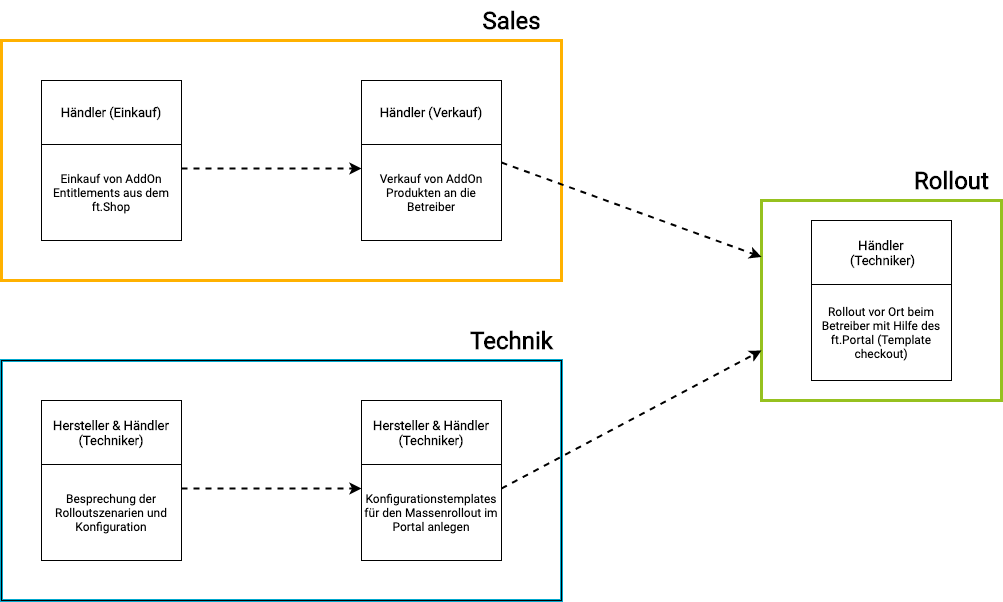
This is posdealers/presentations/sales/media/rollout-vorbereitung.png from fiskaltrust/getting-started, a draw.io export, as it was before one commit. Source tidied: cells renumbered, new cells last; positions are measured from the earlier drawing's top-left corner, leaving out a move shared by most shapes. Source of this version:
```xml
<mxGraphModel>
  <root>
    <mxCell id="0" />
    <mxCell id="1" parent="0" />
    <mxCell id="2" style="rounded=0;whiteSpace=wrap;html=1;fillColor=none;strokeWidth=3;strokeColor=#ffb100;" parent="1" vertex="1">
      <mxGeometry y="40" width="560" height="240" as="geometry" />
    </mxCell>
    <mxCell id="3" style="group;strokeWidth=3;strokeColor=#00a8ce;" parent="1" vertex="1">
      <mxGeometry y="360" width="560" height="240" as="geometry" />
    </mxCell>
    <mxCell id="4" style="rounded=0;whiteSpace=wrap;html=1;fillColor=none;" parent="3" vertex="1">
      <mxGeometry width="560" height="240" as="geometry" />
    </mxCell>
    <mxCell id="5" style="group;" parent="3" vertex="1">
      <mxGeometry x="40" y="40" width="140" height="160" as="geometry" />
    </mxCell>
    <mxCell id="6" value="&lt;span style=&quot;font-family: &amp;#34;roboto&amp;#34;&quot;&gt;Besprechung der Rolloutszenarien und Konfiguration&lt;/span&gt;" style="rounded=0;whiteSpace=wrap;html=1;" parent="5" vertex="1">
      <mxGeometry y="64" width="140" height="96" as="geometry" />
    </mxCell>
    <mxCell id="7" value="&lt;font face=&quot;Roboto&quot; style=&quot;font-size: 13px&quot;&gt;&lt;b&gt;Hersteller &amp;amp; Händler (Techniker)&lt;/b&gt;&lt;/font&gt;" style="rounded=0;whiteSpace=wrap;html=1;" parent="5" vertex="1">
      <mxGeometry width="140" height="64" as="geometry" />
    </mxCell>
    <mxCell id="8" style="group;" parent="3" vertex="1">
      <mxGeometry x="360" y="40" width="140" height="160" as="geometry" />
    </mxCell>
    <mxCell id="9" value="&lt;span style=&quot;font-family: &amp;#34;roboto&amp;#34;&quot;&gt;Konfigurationstemplates für den Massenrollout im Portal anlegen&lt;/span&gt;" style="rounded=0;whiteSpace=wrap;html=1;" parent="8" vertex="1">
      <mxGeometry y="64" width="140" height="96" as="geometry" />
    </mxCell>
    <mxCell id="10" value="&lt;b style=&quot;font-family: &amp;#34;roboto&amp;#34; ; font-size: 13px&quot;&gt;Hersteller &amp;amp; Händler (Techniker)&lt;/b&gt;" style="rounded=0;whiteSpace=wrap;html=1;" parent="8" vertex="1">
      <mxGeometry width="140" height="64" as="geometry" />
    </mxCell>
    <mxCell id="11" style="endArrow=classic;html=1;exitX=1;exitY=0.25;exitDx=0;exitDy=0;strokeWidth=2;dashed=1;entryX=0;entryY=0.25;entryDx=0;entryDy=0;" parent="3" edge="1" source="6" target="9">
      <mxGeometry relative="1" as="geometry" />
    </mxCell>
    <mxCell id="12" value="&lt;font face=&quot;Roboto&quot;&gt;Sales&lt;/font&gt;" style="text;strokeColor=none;fillColor=none;html=1;fontSize=24;fontStyle=1;verticalAlign=middle;align=center;" parent="1" vertex="1">
      <mxGeometry x="460" width="100" height="40" as="geometry" />
    </mxCell>
    <mxCell id="13" value="&lt;font face=&quot;Roboto&quot;&gt;Technik&lt;/font&gt;" style="text;strokeColor=none;fillColor=none;html=1;fontSize=24;fontStyle=1;verticalAlign=middle;align=center;" parent="1" vertex="1">
      <mxGeometry x="460" y="320" width="100" height="40" as="geometry" />
    </mxCell>
    <mxCell id="14" style="rounded=0;whiteSpace=wrap;html=1;fillColor=none;strokeWidth=3;strokeColor=#96c11f;" parent="1" vertex="1">
      <mxGeometry x="760" y="200" width="240" height="200" as="geometry" />
    </mxCell>
    <mxCell id="15" value="&lt;span style=&quot;font-family: &amp;#34;roboto&amp;#34;&quot;&gt;Rollout vor Ort beim Betreiber mit Hilfe des ft.Portal (Template checkout)&lt;/span&gt;" style="rounded=0;whiteSpace=wrap;html=1;" parent="1" vertex="1">
      <mxGeometry x="810" y="284" width="140" height="96" as="geometry" />
    </mxCell>
    <mxCell id="16" value="&lt;b style=&quot;font-family: &amp;#34;roboto&amp;#34; ; font-size: 13px&quot;&gt;Händler&lt;br&gt;&amp;nbsp;(Techniker)&lt;/b&gt;" style="rounded=0;whiteSpace=wrap;html=1;" parent="1" vertex="1">
      <mxGeometry x="810" y="220" width="140" height="64" as="geometry" />
    </mxCell>
    <mxCell id="17" value="&lt;font face=&quot;Roboto&quot;&gt;Rollout&lt;/font&gt;" style="text;strokeColor=none;fillColor=none;html=1;fontSize=24;fontStyle=1;verticalAlign=middle;align=center;" parent="1" vertex="1">
      <mxGeometry x="900" y="160" width="100" height="40" as="geometry" />
    </mxCell>
    <mxCell id="18" style="endArrow=classic;html=1;exitX=1;exitY=0.188;exitDx=0;exitDy=0;strokeWidth=2;dashed=1;exitPerimeter=0;" parent="1" edge="1" source="21" target="14">
      <mxGeometry relative="1" as="geometry" />
    </mxCell>
    <mxCell id="19" style="endArrow=classic;html=1;exitX=1;exitY=0.25;exitDx=0;exitDy=0;strokeWidth=2;dashed=1;entryX=0;entryY=0.75;entryDx=0;entryDy=0;" parent="1" edge="1" source="9" target="14">
      <mxGeometry relative="1" as="geometry" />
    </mxCell>
    <mxCell id="20" style="group;" parent="1" vertex="1">
      <mxGeometry x="360" y="80" width="140" height="160" as="geometry" />
    </mxCell>
    <mxCell id="21" value="&lt;span style=&quot;font-family: &amp;#34;roboto&amp;#34;&quot;&gt;Verkauf von AddOn Produkten an die Betreiber&lt;/span&gt;" style="rounded=0;whiteSpace=wrap;html=1;" parent="20" vertex="1">
      <mxGeometry y="64" width="140" height="96" as="geometry" />
    </mxCell>
    <mxCell id="22" value="&lt;font face=&quot;Roboto&quot; style=&quot;font-size: 13px&quot;&gt;&lt;b&gt;Händler (Verkauf)&lt;/b&gt;&lt;/font&gt;" style="rounded=0;whiteSpace=wrap;html=1;" parent="20" vertex="1">
      <mxGeometry width="140" height="64" as="geometry" />
    </mxCell>
    <mxCell id="23" style="endArrow=classic;html=1;strokeWidth=2;dashed=1;entryX=0;entryY=0.25;entryDx=0;entryDy=0;" parent="1" edge="1" target="21">
      <mxGeometry relative="1" as="geometry">
        <mxPoint x="180" y="168" as="sourcePoint" />
      </mxGeometry>
    </mxCell>
    <mxCell id="24" value="&lt;span style=&quot;font-family: &amp;#34;roboto&amp;#34;&quot;&gt;Einkauf von AddOn Entitlements aus dem ft.Shop&lt;/span&gt;" style="rounded=0;whiteSpace=wrap;html=1;" parent="1" vertex="1">
      <mxGeometry x="40" y="144" width="140" height="96" as="geometry" />
    </mxCell>
    <mxCell id="25" value="&lt;font face=&quot;Roboto&quot; size=&quot;1&quot;&gt;&lt;b style=&quot;font-size: 13px&quot;&gt;Händler (Einkauf)&lt;/b&gt;&lt;/font&gt;" style="rounded=0;whiteSpace=wrap;html=1;" parent="1" vertex="1">
      <mxGeometry x="40" y="80" width="140" height="64" as="geometry" />
    </mxCell>
  </root>
</mxGraphModel>
```
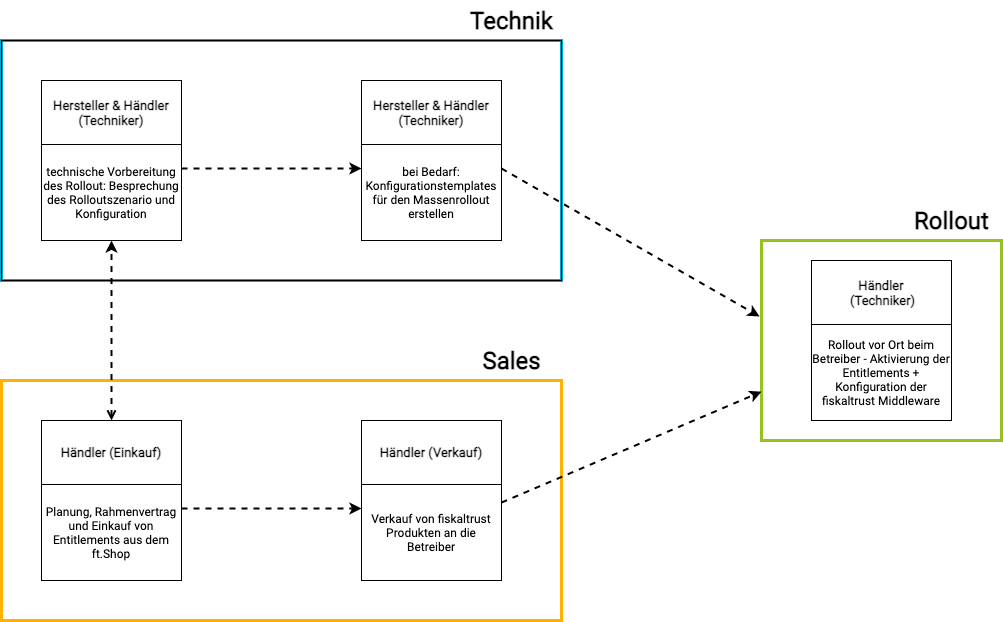
Above is the later version.

Diff of the diagram source:
```diff
@@ -3,10 +3,10 @@
     <mxCell id="0" />
     <mxCell id="1" parent="0" />
     <mxCell id="2" style="rounded=0;whiteSpace=wrap;html=1;fillColor=none;strokeWidth=3;strokeColor=#ffb100;" parent="1" vertex="1">
-      <mxGeometry y="40" width="560" height="240" as="geometry" />
+      <mxGeometry y="340" width="560" height="240" as="geometry" />
     </mxCell>
     <mxCell id="3" style="group;strokeWidth=3;strokeColor=#00a8ce;" parent="1" vertex="1">
-      <mxGeometry y="360" width="560" height="240" as="geometry" />
+      <mxGeometry width="560" height="240" as="geometry" />
     </mxCell>
     <mxCell id="4" style="rounded=0;whiteSpace=wrap;html=1;fillColor=none;" parent="3" vertex="1">
       <mxGeometry width="560" height="240" as="geometry" />
@@ -14,7 +14,7 @@
     <mxCell id="5" style="group;" parent="3" vertex="1">
       <mxGeometry x="40" y="40" width="140" height="160" as="geometry" />
     </mxCell>
-    <mxCell id="6" value="&lt;span style=&quot;font-family: &amp;#34;roboto&amp;#34;&quot;&gt;Besprechung der Rolloutszenarien und Konfiguration&lt;/span&gt;" style="rounded=0;whiteSpace=wrap;html=1;" parent="5" vertex="1">
+    <mxCell id="6" value="&lt;span style=&quot;font-family: &amp;#34;roboto&amp;#34;&quot;&gt;technische Vorbereitung des Rollout: Besprechung des Rolloutszenario und Konfiguration&lt;/span&gt;" style="rounded=0;whiteSpace=wrap;html=1;" parent="5" vertex="1">
       <mxGeometry y="64" width="140" height="96" as="geometry" />
     </mxCell>
     <mxCell id="7" value="&lt;font face=&quot;Roboto&quot; style=&quot;font-size: 13px&quot;&gt;&lt;b&gt;Hersteller &amp;amp; Händler (Techniker)&lt;/b&gt;&lt;/font&gt;" style="rounded=0;whiteSpace=wrap;html=1;" parent="5" vertex="1">
@@ -23,7 +23,7 @@
     <mxCell id="8" style="group;" parent="3" vertex="1">
       <mxGeometry x="360" y="40" width="140" height="160" as="geometry" />
     </mxCell>
-    <mxCell id="9" value="&lt;span style=&quot;font-family: &amp;#34;roboto&amp;#34;&quot;&gt;Konfigurationstemplates für den Massenrollout im Portal anlegen&lt;/span&gt;" style="rounded=0;whiteSpace=wrap;html=1;" parent="8" vertex="1">
+    <mxCell id="9" value="&lt;span style=&quot;font-family: &amp;#34;roboto&amp;#34;&quot;&gt;bei Bedarf: Konfigurationstemplates für den Massenrollout erstellen&lt;/span&gt;" style="rounded=0;whiteSpace=wrap;html=1;" parent="8" vertex="1">
       <mxGeometry y="64" width="140" height="96" as="geometry" />
     </mxCell>
     <mxCell id="10" value="&lt;b style=&quot;font-family: &amp;#34;roboto&amp;#34; ; font-size: 13px&quot;&gt;Hersteller &amp;amp; Händler (Techniker)&lt;/b&gt;" style="rounded=0;whiteSpace=wrap;html=1;" parent="8" vertex="1">
@@ -33,15 +33,15 @@
       <mxGeometry relative="1" as="geometry" />
     </mxCell>
     <mxCell id="12" value="&lt;font face=&quot;Roboto&quot;&gt;Sales&lt;/font&gt;" style="text;strokeColor=none;fillColor=none;html=1;fontSize=24;fontStyle=1;verticalAlign=middle;align=center;" parent="1" vertex="1">
-      <mxGeometry x="460" width="100" height="40" as="geometry" />
+      <mxGeometry x="460" y="300" width="100" height="40" as="geometry" />
     </mxCell>
     <mxCell id="13" value="&lt;font face=&quot;Roboto&quot;&gt;Technik&lt;/font&gt;" style="text;strokeColor=none;fillColor=none;html=1;fontSize=24;fontStyle=1;verticalAlign=middle;align=center;" parent="1" vertex="1">
-      <mxGeometry x="460" y="320" width="100" height="40" as="geometry" />
+      <mxGeometry x="460" y="-40" width="100" height="40" as="geometry" />
     </mxCell>
     <mxCell id="14" style="rounded=0;whiteSpace=wrap;html=1;fillColor=none;strokeWidth=3;strokeColor=#96c11f;" parent="1" vertex="1">
       <mxGeometry x="760" y="200" width="240" height="200" as="geometry" />
     </mxCell>
-    <mxCell id="15" value="&lt;span style=&quot;font-family: &amp;#34;roboto&amp;#34;&quot;&gt;Rollout vor Ort beim Betreiber mit Hilfe des ft.Portal (Template checkout)&lt;/span&gt;" style="rounded=0;whiteSpace=wrap;html=1;" parent="1" vertex="1">
+    <mxCell id="15" value="&lt;span style=&quot;font-family: &amp;#34;roboto&amp;#34;&quot;&gt;Rollout vor Ort beim Betreiber - Aktivierung der Entitlements + Konfiguration der fiskaltrust Middleware&lt;/span&gt;" style="rounded=0;whiteSpace=wrap;html=1;" parent="1" vertex="1">
       <mxGeometry x="810" y="284" width="140" height="96" as="geometry" />
     </mxCell>
     <mxCell id="16" value="&lt;b style=&quot;font-family: &amp;#34;roboto&amp;#34; ; font-size: 13px&quot;&gt;Händler&lt;br&gt;&amp;nbsp;(Techniker)&lt;/b&gt;" style="rounded=0;whiteSpace=wrap;html=1;" parent="1" vertex="1">
@@ -53,13 +53,13 @@
     <mxCell id="18" style="endArrow=classic;html=1;exitX=1;exitY=0.188;exitDx=0;exitDy=0;strokeWidth=2;dashed=1;exitPerimeter=0;" parent="1" edge="1" source="21" target="14">
       <mxGeometry relative="1" as="geometry" />
     </mxCell>
-    <mxCell id="19" style="endArrow=classic;html=1;exitX=1;exitY=0.25;exitDx=0;exitDy=0;strokeWidth=2;dashed=1;entryX=0;entryY=0.75;entryDx=0;entryDy=0;" parent="1" edge="1" source="9" target="14">
+    <mxCell id="19" style="endArrow=classic;html=1;exitX=1;exitY=0.25;exitDx=0;exitDy=0;strokeWidth=2;dashed=1;entryX=-0.008;entryY=0.38;entryDx=0;entryDy=0;entryPerimeter=0;" parent="1" edge="1" source="9" target="14">
       <mxGeometry relative="1" as="geometry" />
     </mxCell>
     <mxCell id="20" style="group;" parent="1" vertex="1">
-      <mxGeometry x="360" y="80" width="140" height="160" as="geometry" />
+      <mxGeometry x="360" y="380" width="140" height="160" as="geometry" />
     </mxCell>
-    <mxCell id="21" value="&lt;span style=&quot;font-family: &amp;#34;roboto&amp;#34;&quot;&gt;Verkauf von AddOn Produkten an die Betreiber&lt;/span&gt;" style="rounded=0;whiteSpace=wrap;html=1;" parent="20" vertex="1">
+    <mxCell id="21" value="&lt;span style=&quot;font-family: &amp;#34;roboto&amp;#34;&quot;&gt;Verkauf von fiskaltrust Produkten an die Betreiber&lt;/span&gt;" style="rounded=0;whiteSpace=wrap;html=1;" parent="20" vertex="1">
       <mxGeometry y="64" width="140" height="96" as="geometry" />
     </mxCell>
     <mxCell id="22" value="&lt;font face=&quot;Roboto&quot; style=&quot;font-size: 13px&quot;&gt;&lt;b&gt;Händler (Verkauf)&lt;/b&gt;&lt;/font&gt;" style="rounded=0;whiteSpace=wrap;html=1;" parent="20" vertex="1">
@@ -67,14 +67,17 @@
     </mxCell>
     <mxCell id="23" style="endArrow=classic;html=1;strokeWidth=2;dashed=1;entryX=0;entryY=0.25;entryDx=0;entryDy=0;" parent="1" edge="1" target="21">
       <mxGeometry relative="1" as="geometry">
-        <mxPoint x="180" y="168" as="sourcePoint" />
+        <mxPoint x="180" y="468" as="sourcePoint" />
       </mxGeometry>
     </mxCell>
-    <mxCell id="24" value="&lt;span style=&quot;font-family: &amp;#34;roboto&amp;#34;&quot;&gt;Einkauf von AddOn Entitlements aus dem ft.Shop&lt;/span&gt;" style="rounded=0;whiteSpace=wrap;html=1;" parent="1" vertex="1">
-      <mxGeometry x="40" y="144" width="140" height="96" as="geometry" />
+    <mxCell id="24" value="&lt;span style=&quot;font-family: &amp;#34;roboto&amp;#34;&quot;&gt;Planung, Rahmenvertrag und Einkauf von Entitlements aus dem ft.Shop&lt;/span&gt;" style="rounded=0;whiteSpace=wrap;html=1;" parent="1" vertex="1">
+      <mxGeometry x="40" y="444" width="140" height="96" as="geometry" />
     </mxCell>
     <mxCell id="25" value="&lt;font face=&quot;Roboto&quot; size=&quot;1&quot;&gt;&lt;b style=&quot;font-size: 13px&quot;&gt;Händler (Einkauf)&lt;/b&gt;&lt;/font&gt;" style="rounded=0;whiteSpace=wrap;html=1;" parent="1" vertex="1">
-      <mxGeometry x="40" y="80" width="140" height="64" as="geometry" />
+      <mxGeometry x="40" y="380" width="140" height="64" as="geometry" />
     </mxCell>
+    <mxCell id="26" style="endArrow=classic;html=1;strokeWidth=2;dashed=1;entryX=0.5;entryY=1;entryDx=0;entryDy=0;startArrow=open;startFill=0;" parent="1" edge="1" source="25" target="6">
+      <mxGeometry relative="1" as="geometry" />
+    </mxCell>
   </root>
 </mxGraphModel>
```
